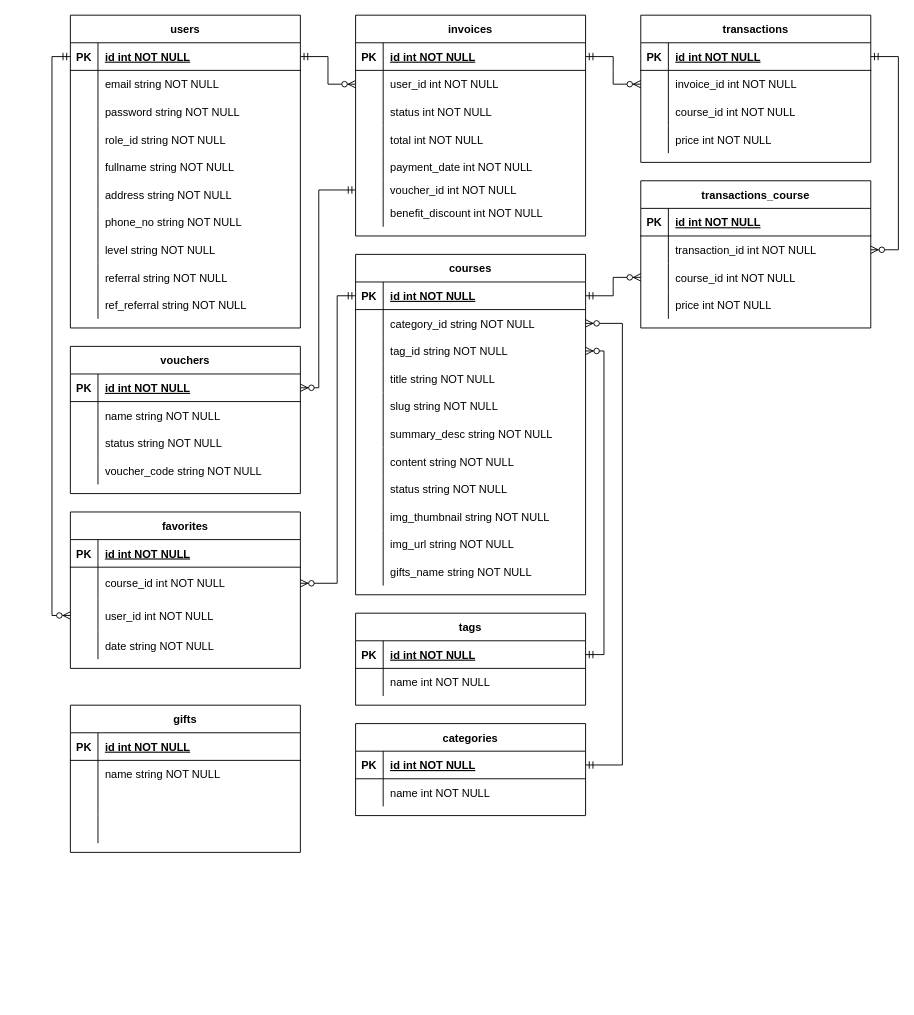
This is online-learning.drawio from azmiadhani/diagramsnet, a draw.io file, before an edit. Source tidied: cells renumbered, new cells numbered last; positions are measured from the earlier drawing's top-left corner, leaving out a move shared by most shapes. Both pictures are drawn from the tidied source at 92%, with x=0, y=0 at pixel (52, 15).
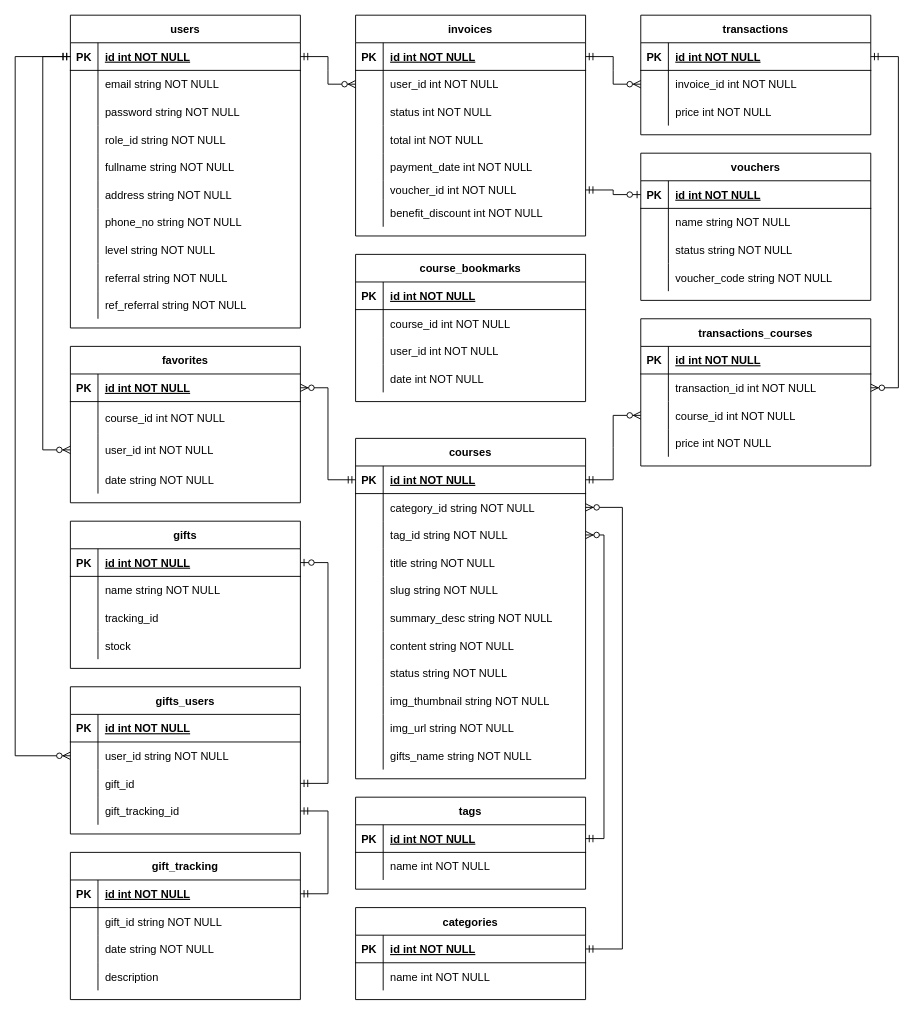
After the change.

The change refers to these unchanged cells:
```xml
<mxCell id="3" style="shape=partialRectangle;fillColor=none;points=[[0,0.5],[1,0.5]];portConstraint=eastwest;top=0;left=0;right=0;bottom=1;" parent="2" vertex="1">
  <mxGeometry y="30" width="250" height="30" as="geometry" />
</mxCell>
<mxCell id="34" style="shape=partialRectangle;fillColor=none;points=[[0,0.5],[1,0.5]];portConstraint=eastwest;top=0;left=0;right=0;bottom=1;" parent="33" vertex="1">
  <mxGeometry y="30" width="250" height="30" as="geometry" />
</mxCell>
<mxCell id="37" style="shape=partialRectangle;fillColor=none;points=[[0,0.5],[1,0.5]];portConstraint=eastwest;top=0;left=0;right=0;bottom=0;" parent="33" vertex="1">
  <mxGeometry y="60" width="250" height="35" as="geometry" />
</mxCell>
<mxCell id="40" style="shape=partialRectangle;fillColor=none;points=[[0,0.5],[1,0.5]];portConstraint=eastwest;top=0;left=0;right=0;bottom=0;" parent="33" vertex="1">
  <mxGeometry y="95" width="250" height="35" as="geometry" />
</mxCell>
<mxCell id="47" style="shape=partialRectangle;fillColor=none;points=[[0,0.5],[1,0.5]];portConstraint=eastwest;top=0;left=0;right=0;bottom=1;" parent="46" vertex="1">
  <mxGeometry y="30" width="250" height="30" as="geometry" />
</mxCell>
<mxCell id="110" style="shape=partialRectangle;fillColor=none;points=[[0,0.5],[1,0.5]];portConstraint=eastwest;top=0;left=0;right=0;bottom=0;" parent="94" vertex="1">
  <mxGeometry y="180" width="250" height="20" as="geometry" />
</mxCell>
<mxCell id="134" style="shape=partialRectangle;fillColor=none;points=[[0,0.5],[1,0.5]];portConstraint=eastwest;top=0;left=0;right=0;bottom=1;" parent="133" vertex="1">
  <mxGeometry y="30" width="250" height="30" as="geometry" />
</mxCell>
<mxCell id="147" style="shape=partialRectangle;fillColor=none;points=[[0,0.5],[1,0.5]];portConstraint=eastwest;top=0;left=0;right=0;bottom=1;" parent="146" vertex="1">
  <mxGeometry y="30" width="250" height="30" as="geometry" />
</mxCell>
<mxCell id="153" style="shape=partialRectangle;fillColor=none;top=0;left=0;right=0;bottom=0;" parent="146" vertex="1">
  <mxGeometry y="90" width="250" height="30" as="geometry" />
</mxCell>
<mxCell id="156" style="shape=partialRectangle;fillColor=none;top=0;left=0;right=0;bottom=0;" parent="146" vertex="1">
  <mxGeometry y="120" width="250" height="30" as="geometry" />
</mxCell>
```

The edit, as a diff of the source:
```diff
@@
     <mxCell id="33" value="favorites" style="shape=table;startSize=30;childLayout=tableLayout;rowLines=0;fontStyle=1;align=center;" parent="1" vertex="1">
-      <mxGeometry x="20" y="540" width="250" height="170" as="geometry" />
+      <mxGeometry x="20" y="360" width="250" height="170" as="geometry" />
     </mxCell>
@@
     <mxCell id="46" value="courses" style="shape=table;startSize=30;childLayout=tableLayout;rowLines=0;fontStyle=1;align=center;" parent="1" vertex="1">
-      <mxGeometry x="330" y="260" width="250" height="370" as="geometry" />
+      <mxGeometry x="330" y="460" width="250" height="370" as="geometry" />
     </mxCell>
@@
     <mxCell id="80" value="tags" style="shape=table;startSize=30;childLayout=tableLayout;rowLines=0;fontStyle=1;align=center;" parent="1" vertex="1">
-      <mxGeometry x="330" y="650" width="250" height="100" as="geometry" />
+      <mxGeometry x="330" y="850" width="250" height="100" as="geometry" />
     </mxCell>
@@
     <mxCell id="87" value="categories" style="shape=table;startSize=30;childLayout=tableLayout;rowLines=0;fontStyle=1;align=center;" parent="1" vertex="1">
-      <mxGeometry x="330" y="770" width="250" height="100" as="geometry" />
+      <mxGeometry x="330" y="970" width="250" height="100" as="geometry" />
     </mxCell>
@@
     <mxCell id="116" value="transactions" style="shape=table;startSize=30;childLayout=tableLayout;rowLines=0;fontStyle=1;align=center;" parent="1" vertex="1">
-      <mxGeometry x="640" width="250" height="160" as="geometry" />
+      <mxGeometry x="640" width="250" height="130" as="geometry" />
     </mxCell>
@@
-    <mxCell id="123" style="shape=partialRectangle;fillColor=none;top=0;left=0;right=0;bottom=0;" parent="116" vertex="1">
-      <mxGeometry y="90" width="250" height="30" as="geometry" />
-    </mxCell>
-    <mxCell id="124" style="shape=partialRectangle;overflow=hidden;fillColor=none;top=0;left=0;bottom=0;right=0;" parent="123" vertex="1">
-      <mxGeometry width="30" height="30" as="geometry" />
-    </mxCell>
-    <mxCell id="125" value="course_id int NOT NULL" style="shape=partialRectangle;overflow=hidden;fillColor=none;top=0;left=0;bottom=0;right=0;align=left;spacingLeft=6;" parent="123" vertex="1">
-      <mxGeometry x="30" width="220" height="30" as="geometry" />
-    </mxCell>
     <mxCell id="126" style="shape=partialRectangle;fillColor=none;top=0;left=0;right=0;bottom=0;" parent="116" vertex="1">
-      <mxGeometry y="120" width="250" height="30" as="geometry" />
+      <mxGeometry y="90" width="250" height="30" as="geometry" />
     </mxCell>
@@
     <mxCell id="133" value="vouchers" style="shape=table;startSize=30;childLayout=tableLayout;rowLines=0;fontStyle=1;align=center;" parent="1" vertex="1">
-      <mxGeometry x="20" y="360" width="250" height="160" as="geometry" />
+      <mxGeometry x="640" y="150" width="250" height="160" as="geometry" />
     </mxCell>
@@
     <mxCell id="146" value="gifts" style="shape=table;startSize=30;childLayout=tableLayout;rowLines=0;fontStyle=1;align=center;" parent="1" vertex="1">
-      <mxGeometry x="20" y="750" width="250" height="160" as="geometry" />
+      <mxGeometry x="20" y="550" width="250" height="160" as="geometry" />
     </mxCell>
@@
-    <mxCell id="155" style="shape=partialRectangle;overflow=hidden;fillColor=none;top=0;left=0;bottom=0;right=0;align=left;spacingLeft=6;" parent="153" vertex="1">
+    <mxCell id="155" value="tracking_id" style="shape=partialRectangle;overflow=hidden;fillColor=none;top=0;left=0;bottom=0;right=0;align=left;spacingLeft=6;" parent="153" vertex="1">
       <mxGeometry x="30" width="220" height="30" as="geometry" />
     </mxCell>
@@
-    <mxCell id="158" style="shape=partialRectangle;overflow=hidden;fillColor=none;top=0;left=0;bottom=0;right=0;align=left;spacingLeft=6;" parent="156" vertex="1">
+    <mxCell id="158" value="stock" style="shape=partialRectangle;overflow=hidden;fillColor=none;top=0;left=0;bottom=0;right=0;align=left;spacingLeft=6;" parent="156" vertex="1">
       <mxGeometry x="30" width="220" height="30" as="geometry" />
     </mxCell>
-    <mxCell id="159" style="edgeStyle=elbowEdgeStyle;fontSize=12;html=1;endArrow=ERzeroToMany;startArrow=ERmandOne;rounded=0;" parent="1" edge="1" source="110" target="134">
-      <mxGeometry relative="1" as="geometry">
-        <Array as="points">
-          <mxPoint x="290" y="300" />
-        </Array>
-      </mxGeometry>
-    </mxCell>
-    <mxCell id="160" value="transactions_course" style="shape=table;startSize=30;childLayout=tableLayout;rowLines=0;fontStyle=1;align=center;" parent="1" vertex="1">
-      <mxGeometry x="640" y="180" width="250" height="160" as="geometry" />
+    <mxCell id="160" value="transactions_courses" style="shape=table;startSize=30;childLayout=tableLayout;rowLines=0;fontStyle=1;align=center;" parent="1" vertex="1">
+      <mxGeometry x="640" y="330" width="250" height="160" as="geometry" />
     </mxCell>
@@
     <mxCell id="175" style="edgeStyle=elbowEdgeStyle;fontSize=12;html=1;endArrow=ERzeroToMany;startArrow=ERmandOne;rounded=0;" parent="1" edge="1" source="3" target="40">
       <mxGeometry relative="1" as="geometry">
         <Array as="points">
+          <mxPoint x="-10" y="350" />
+          <mxPoint x="-10" y="330" />
+          <mxPoint x="-40" y="340" />
           <mxPoint y="270" />
         </Array>
       </mxGeometry>
     </mxCell>
-    <mxCell id="176" style="edgeStyle=elbowEdgeStyle;fontSize=12;html=1;endArrow=ERzeroToMany;startArrow=ERmandOne;rounded=0;" parent="1" edge="1" source="47" target="37">
-      <mxGeometry relative="1" as="geometry">
-        <Array as="points">
-          <mxPoint x="310" y="460" />
-        </Array>
-      </mxGeometry>
-    </mxCell>
+    <mxCell id="177" value="gift_tracking" style="shape=table;startSize=30;childLayout=tableLayout;rowLines=0;fontStyle=1;align=center;" parent="1" vertex="1">
+      <mxGeometry x="20" y="910" width="250" height="160" as="geometry" />
+    </mxCell>
+    <mxCell id="178" style="shape=partialRectangle;fillColor=none;points=[[0,0.5],[1,0.5]];portConstraint=eastwest;top=0;left=0;right=0;bottom=1;" parent="177" vertex="1">
+      <mxGeometry y="30" width="250" height="30" as="geometry" />
+    </mxCell>
+    <mxCell id="179" value="PK" style="shape=partialRectangle;overflow=hidden;fillColor=none;top=0;left=0;bottom=0;right=0;fontStyle=1;" parent="178" vertex="1">
+      <mxGeometry width="30" height="30" as="geometry" />
+    </mxCell>
+    <mxCell id="180" value="id int NOT NULL " style="shape=partialRectangle;overflow=hidden;fillColor=none;top=0;left=0;bottom=0;right=0;align=left;spacingLeft=6;fontStyle=5;" parent="178" vertex="1">
+      <mxGeometry x="30" width="220" height="30" as="geometry" />
+    </mxCell>
+    <mxCell id="181" style="shape=partialRectangle;fillColor=none;top=0;left=0;right=0;bottom=0;" parent="177" vertex="1">
+      <mxGeometry y="60" width="250" height="30" as="geometry" />
+    </mxCell>
+    <mxCell id="182" style="shape=partialRectangle;overflow=hidden;fillColor=none;top=0;left=0;bottom=0;right=0;" parent="181" vertex="1">
+      <mxGeometry width="30" height="30" as="geometry" />
+    </mxCell>
+    <mxCell id="183" value="gift_id string NOT NULL" style="shape=partialRectangle;overflow=hidden;fillColor=none;top=0;left=0;bottom=0;right=0;align=left;spacingLeft=6;" parent="181" vertex="1">
+      <mxGeometry x="30" width="220" height="30" as="geometry" />
+    </mxCell>
+    <mxCell id="184" style="shape=partialRectangle;fillColor=none;top=0;left=0;right=0;bottom=0;" parent="177" vertex="1">
+      <mxGeometry y="90" width="250" height="30" as="geometry" />
+    </mxCell>
+    <mxCell id="185" style="shape=partialRectangle;overflow=hidden;fillColor=none;top=0;left=0;bottom=0;right=0;" parent="184" vertex="1">
+      <mxGeometry width="30" height="30" as="geometry" />
+    </mxCell>
+    <mxCell id="186" value="date string NOT NULL" style="shape=partialRectangle;overflow=hidden;fillColor=none;top=0;left=0;bottom=0;right=0;align=left;spacingLeft=6;" parent="184" vertex="1">
+      <mxGeometry x="30" width="220" height="30" as="geometry" />
+    </mxCell>
+    <mxCell id="187" style="shape=partialRectangle;fillColor=none;top=0;left=0;right=0;bottom=0;" parent="177" vertex="1">
+      <mxGeometry y="120" width="250" height="30" as="geometry" />
+    </mxCell>
+    <mxCell id="188" style="shape=partialRectangle;overflow=hidden;fillColor=none;top=0;left=0;bottom=0;right=0;" parent="187" vertex="1">
+      <mxGeometry width="30" height="30" as="geometry" />
+    </mxCell>
+    <mxCell id="189" value="description" style="shape=partialRectangle;overflow=hidden;fillColor=none;top=0;left=0;bottom=0;right=0;align=left;spacingLeft=6;" parent="187" vertex="1">
+      <mxGeometry x="30" width="220" height="30" as="geometry" />
+    </mxCell>
+    <mxCell id="190" style="edgeStyle=elbowEdgeStyle;fontSize=12;html=1;endArrow=ERzeroToMany;startArrow=ERmandOne;rounded=0;" parent="1" edge="1" source="3" target="207">
+      <mxGeometry relative="1" as="geometry">
+        <Array as="points">
+          <mxPoint x="-40" y="440" />
+          <mxPoint x="-140" y="400" />
+          <mxPoint y="340" />
+          <mxPoint x="-30" y="350" />
+          <mxPoint x="10" y="280" />
+        </Array>
+      </mxGeometry>
+    </mxCell>
+    <mxCell id="191" value="course_bookmarks" style="shape=table;startSize=30;childLayout=tableLayout;rowLines=0;fontStyle=1;align=center;" parent="1" vertex="1">
+      <mxGeometry x="330" y="260" width="250" height="160" as="geometry" />
+    </mxCell>
+    <mxCell id="192" style="shape=partialRectangle;fillColor=none;top=0;left=0;right=0;bottom=1;" parent="191" vertex="1">
+      <mxGeometry y="30" width="250" height="30" as="geometry" />
+    </mxCell>
+    <mxCell id="193" value="PK" style="shape=partialRectangle;overflow=hidden;fillColor=none;top=0;left=0;bottom=0;right=0;fontStyle=1;" parent="192" vertex="1">
+      <mxGeometry width="30" height="30" as="geometry" />
+    </mxCell>
+    <mxCell id="194" value="id int NOT NULL " style="shape=partialRectangle;overflow=hidden;fillColor=none;top=0;left=0;bottom=0;right=0;align=left;spacingLeft=6;fontStyle=5;" parent="192" vertex="1">
+      <mxGeometry x="30" width="220" height="30" as="geometry" />
+    </mxCell>
+    <mxCell id="195" style="shape=partialRectangle;fillColor=none;top=0;left=0;right=0;bottom=0;" parent="191" vertex="1">
+      <mxGeometry y="60" width="250" height="30" as="geometry" />
+    </mxCell>
+    <mxCell id="196" style="shape=partialRectangle;overflow=hidden;fillColor=none;top=0;left=0;bottom=0;right=0;" parent="195" vertex="1">
+      <mxGeometry width="30" height="30" as="geometry" />
+    </mxCell>
+    <mxCell id="125" value="course_id int NOT NULL" style="shape=partialRectangle;overflow=hidden;fillColor=none;top=0;left=0;bottom=0;right=0;align=left;spacingLeft=6;" parent="195" vertex="1">
+      <mxGeometry x="30" width="220" height="30" as="geometry" />
+    </mxCell>
+    <mxCell id="197" style="shape=partialRectangle;fillColor=none;top=0;left=0;right=0;bottom=0;" parent="191" vertex="1">
+      <mxGeometry y="90" width="250" height="30" as="geometry" />
+    </mxCell>
+    <mxCell id="198" style="shape=partialRectangle;overflow=hidden;fillColor=none;top=0;left=0;bottom=0;right=0;" parent="197" vertex="1">
+      <mxGeometry width="30" height="30" as="geometry" />
+    </mxCell>
+    <mxCell id="199" value="user_id int NOT NULL" style="shape=partialRectangle;overflow=hidden;fillColor=none;top=0;left=0;bottom=0;right=0;align=left;spacingLeft=6;" parent="197" vertex="1">
+      <mxGeometry x="30" width="220" height="30" as="geometry" />
+    </mxCell>
+    <mxCell id="200" style="shape=partialRectangle;fillColor=none;top=0;left=0;right=0;bottom=0;" parent="191" vertex="1">
+      <mxGeometry y="120" width="250" height="30" as="geometry" />
+    </mxCell>
+    <mxCell id="201" style="shape=partialRectangle;overflow=hidden;fillColor=none;top=0;left=0;bottom=0;right=0;" parent="200" vertex="1">
+      <mxGeometry width="30" height="30" as="geometry" />
+    </mxCell>
+    <mxCell id="202" value="date int NOT NULL" style="shape=partialRectangle;overflow=hidden;fillColor=none;top=0;left=0;bottom=0;right=0;align=left;spacingLeft=6;" parent="200" vertex="1">
+      <mxGeometry x="30" width="220" height="30" as="geometry" />
+    </mxCell>
+    <mxCell id="159" style="edgeStyle=entityRelationEdgeStyle;fontSize=12;html=1;endArrow=ERzeroToOne;startArrow=ERmandOne;rounded=0;" parent="1" edge="1" source="110" target="134">
+      <mxGeometry relative="1" as="geometry" />
+    </mxCell>
+    <mxCell id="203" value="gifts_users" style="shape=table;startSize=30;childLayout=tableLayout;rowLines=0;fontStyle=1;align=center;" parent="1" vertex="1">
+      <mxGeometry x="20" y="730" width="250" height="160" as="geometry" />
+    </mxCell>
+    <mxCell id="204" style="shape=partialRectangle;fillColor=none;top=0;left=0;right=0;bottom=1;" parent="203" vertex="1">
+      <mxGeometry y="30" width="250" height="30" as="geometry" />
+    </mxCell>
+    <mxCell id="205" value="PK" style="shape=partialRectangle;overflow=hidden;fillColor=none;top=0;left=0;bottom=0;right=0;fontStyle=1;" parent="204" vertex="1">
+      <mxGeometry width="30" height="30" as="geometry" />
+    </mxCell>
+    <mxCell id="206" value="id int NOT NULL " style="shape=partialRectangle;overflow=hidden;fillColor=none;top=0;left=0;bottom=0;right=0;align=left;spacingLeft=6;fontStyle=5;" parent="204" vertex="1">
+      <mxGeometry x="30" width="220" height="30" as="geometry" />
+    </mxCell>
+    <mxCell id="207" style="shape=partialRectangle;fillColor=none;points=[[0,0.5],[1,0.5]];portConstraint=eastwest;top=0;left=0;right=0;bottom=0;" parent="203" vertex="1">
+      <mxGeometry y="60" width="250" height="30" as="geometry" />
+    </mxCell>
+    <mxCell id="208" style="shape=partialRectangle;overflow=hidden;fillColor=none;top=0;left=0;bottom=0;right=0;" parent="207" vertex="1">
+      <mxGeometry width="30" height="30" as="geometry" />
+    </mxCell>
+    <mxCell id="209" value="user_id string NOT NULL" style="shape=partialRectangle;overflow=hidden;fillColor=none;top=0;left=0;bottom=0;right=0;align=left;spacingLeft=6;" parent="207" vertex="1">
+      <mxGeometry x="30" width="220" height="30" as="geometry" />
+    </mxCell>
+    <mxCell id="210" style="shape=partialRectangle;fillColor=none;points=[[0,0.5],[1,0.5]];portConstraint=eastwest;top=0;left=0;right=0;bottom=0;" parent="203" vertex="1">
+      <mxGeometry y="90" width="250" height="30" as="geometry" />
+    </mxCell>
+    <mxCell id="211" style="shape=partialRectangle;overflow=hidden;fillColor=none;top=0;left=0;bottom=0;right=0;" parent="210" vertex="1">
+      <mxGeometry width="30" height="30" as="geometry" />
+    </mxCell>
+    <mxCell id="212" value="gift_id" style="shape=partialRectangle;overflow=hidden;fillColor=none;top=0;left=0;bottom=0;right=0;align=left;spacingLeft=6;" parent="210" vertex="1">
+      <mxGeometry x="30" width="220" height="30" as="geometry" />
+    </mxCell>
+    <mxCell id="213" style="shape=partialRectangle;fillColor=none;points=[[0,0.5],[1,0.5]];portConstraint=eastwest;top=0;left=0;right=0;bottom=0;" parent="203" vertex="1">
+      <mxGeometry y="120" width="250" height="30" as="geometry" />
+    </mxCell>
+    <mxCell id="214" style="shape=partialRectangle;overflow=hidden;fillColor=none;top=0;left=0;bottom=0;right=0;" parent="213" vertex="1">
+      <mxGeometry width="30" height="30" as="geometry" />
+    </mxCell>
+    <mxCell id="215" value="gift_tracking_id" style="shape=partialRectangle;overflow=hidden;fillColor=none;top=0;left=0;bottom=0;right=0;align=left;spacingLeft=6;" parent="213" vertex="1">
+      <mxGeometry x="30" width="220" height="30" as="geometry" />
+    </mxCell>
+    <mxCell id="216" style="edgeStyle=entityRelationEdgeStyle;fontSize=12;html=1;endArrow=ERzeroToMany;startArrow=ERmandOne;rounded=0;" parent="1" edge="1" source="47" target="34">
+      <mxGeometry relative="1" as="geometry" />
+    </mxCell>
+    <mxCell id="217" style="edgeStyle=entityRelationEdgeStyle;fontSize=12;html=1;endArrow=ERzeroToOne;startArrow=ERmandOne;rounded=0;" parent="1" edge="1" source="210" target="147">
+      <mxGeometry relative="1" as="geometry" />
+    </mxCell>
+    <mxCell id="218" style="edgeStyle=entityRelationEdgeStyle;fontSize=12;html=1;endArrow=ERmandOne;startArrow=ERmandOne;rounded=0;" parent="1" edge="1" source="178" target="213">
+      <mxGeometry relative="1" as="geometry" />
+    </mxCell>
```
